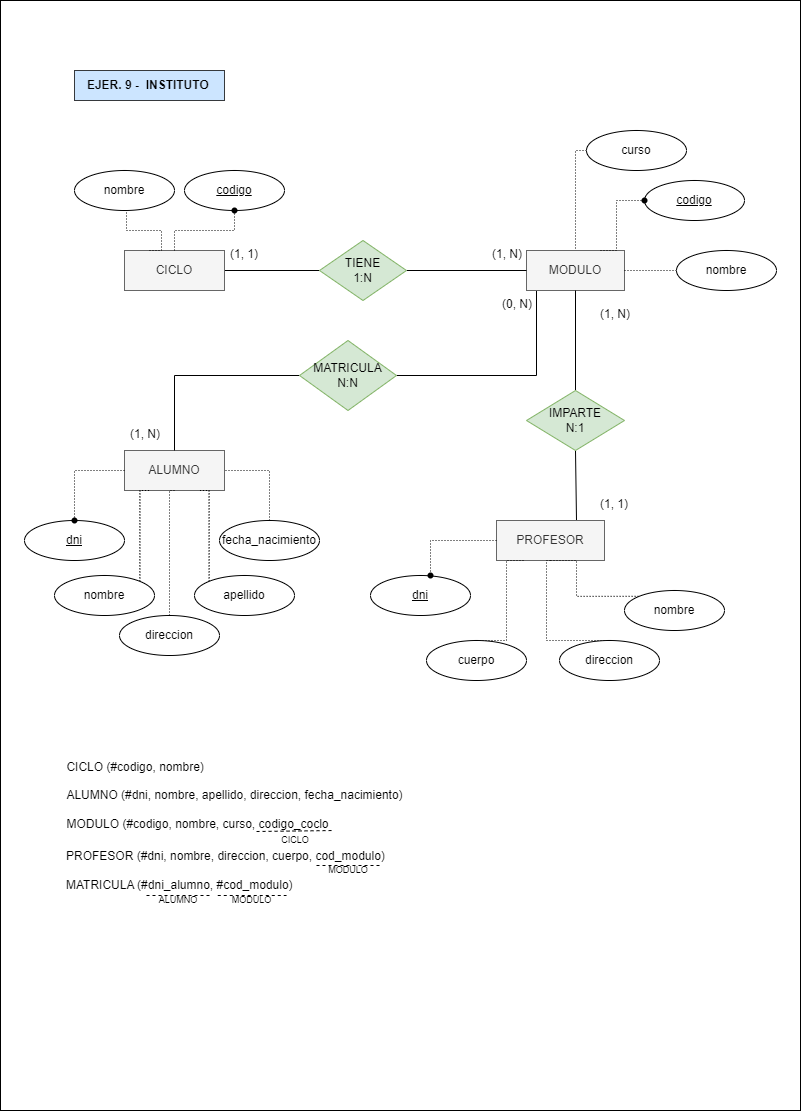
The draw.io diagram ejer9_instituto.png in mdrp93/BASE-DE-DATOS, before a commit. Source tidied: cells renumbered, new cells last; positions are measured from the earlier drawing's top-left corner, leaving out a move shared by most shapes.
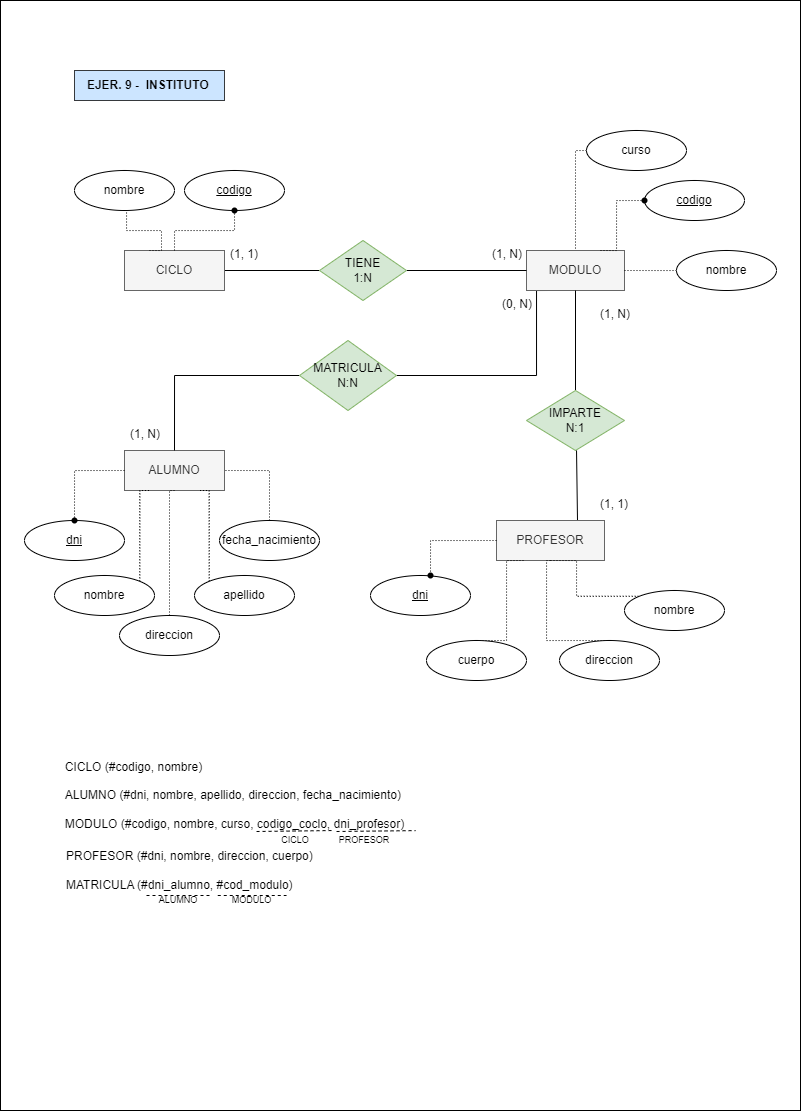
Above is the later version.

What changed in the source:
```diff
@@ -111,11 +111,11 @@
     <mxCell id="26" style="shape=waypoint;sketch=0;fillStyle=solid;size=6;fillColor=none;perimeter=centerPerimeter;" parent="1" vertex="1">
       <mxGeometry x="634" y="190" width="20" height="20" as="geometry" />
     </mxCell>
-    <mxCell id="27" value="&lt;div style=&quot;text-align: justify;&quot;&gt;&lt;span style=&quot;background-color: initial;&quot;&gt;CICLO (#codigo, nombre)&lt;/span&gt;&lt;/div&gt;&lt;font style=&quot;&quot;&gt;&lt;div style=&quot;text-align: justify;&quot;&gt;&lt;span style=&quot;background-color: initial;&quot;&gt;&lt;br&gt;&lt;/span&gt;&lt;/div&gt;&lt;div style=&quot;text-align: justify;&quot;&gt;&lt;span style=&quot;background-color: initial;&quot;&gt;ALUMNO (#dni, nombre, apellido, direccion, fecha_nacimiento)&lt;/span&gt;&lt;br&gt;&lt;/div&gt;&lt;div style=&quot;font-size: 12px; text-align: justify;&quot;&gt;&lt;br&gt;&lt;/div&gt;&lt;div style=&quot;font-size: 12px; text-align: justify;&quot;&gt;MODULO (#codigo, nombre, curso, codigo_coclo&lt;/div&gt;&lt;/font&gt;" style="text;html=1;align=center;verticalAlign=middle;points=[];strokeColor=none;fillColor=none;" parent="1" vertex="1">
+    <mxCell id="27" value="&lt;div style=&quot;text-align: justify;&quot;&gt;&lt;span style=&quot;background-color: initial;&quot;&gt;CICLO (#codigo, nombre)&lt;/span&gt;&lt;/div&gt;&lt;font style=&quot;&quot;&gt;&lt;div style=&quot;text-align: justify;&quot;&gt;&lt;span style=&quot;background-color: initial;&quot;&gt;&lt;br&gt;&lt;/span&gt;&lt;/div&gt;&lt;div style=&quot;text-align: justify;&quot;&gt;&lt;span style=&quot;background-color: initial;&quot;&gt;ALUMNO (#dni, nombre, apellido, direccion, fecha_nacimiento)&lt;/span&gt;&lt;br&gt;&lt;/div&gt;&lt;div style=&quot;font-size: 12px; text-align: justify;&quot;&gt;&lt;br&gt;&lt;/div&gt;&lt;div style=&quot;font-size: 12px; text-align: justify;&quot;&gt;MODULO (#codigo, nombre, curso, codigo_coclo, dni_profesor)&lt;/div&gt;&lt;/font&gt;" style="text;html=1;align=center;verticalAlign=middle;points=[];strokeColor=none;fillColor=none;" parent="1" vertex="1">
       <mxGeometry x="54" y="750" width="360" height="90" as="geometry" />
     </mxCell>
-    <mxCell id="28" value="&lt;div style=&quot;text-align: justify;&quot;&gt;&lt;span style=&quot;background-color: initial;&quot;&gt;PROFESOR (#dni, nombre, direccion, cuerpo, cod_modulo)&lt;/span&gt;&lt;/div&gt;&lt;font style=&quot;&quot;&gt;&lt;div style=&quot;text-align: justify;&quot;&gt;&lt;br&gt;&lt;/div&gt;&lt;div style=&quot;text-align: justify;&quot;&gt;&lt;span style=&quot;background-color: initial;&quot;&gt;MATRICULA (#dni_alumno, #cod_modulo)&lt;/span&gt;&lt;/div&gt;&lt;/font&gt;" style="text;html=1;align=left;verticalAlign=middle;strokeColor=none;fillColor=none;" parent="1" vertex="1">
-      <mxGeometry x="64" y="840" width="340" height="60" as="geometry" />
+    <mxCell id="28" value="&lt;div style=&quot;text-align: justify;&quot;&gt;&lt;span style=&quot;background-color: initial;&quot;&gt;PROFESOR (#dni, nombre, direccion, cuerpo)&lt;/span&gt;&lt;/div&gt;&lt;font style=&quot;&quot;&gt;&lt;div style=&quot;text-align: justify;&quot;&gt;&lt;br&gt;&lt;/div&gt;&lt;div style=&quot;text-align: justify;&quot;&gt;&lt;span style=&quot;background-color: initial;&quot;&gt;MATRICULA (#dni_alumno, #cod_modulo)&lt;/span&gt;&lt;/div&gt;&lt;/font&gt;" style="text;html=1;align=left;verticalAlign=middle;strokeColor=none;fillColor=none;" parent="1" vertex="1">
+      <mxGeometry x="64" y="840" width="270" height="60" as="geometry" />
     </mxCell>
     <mxCell id="29" value="nombre" style="ellipse;whiteSpace=wrap;html=1;align=center;" parent="1" vertex="1">
       <mxGeometry x="74" y="170" width="100" height="40" as="geometry" />
@@ -264,12 +264,6 @@
         <mxPoint x="80" as="targetPoint" />
       </mxGeometry>
     </mxCell>
-    <mxCell id="67" value="MODULO" style="text;html=1;strokeColor=none;fillColor=none;align=center;verticalAlign=middle;whiteSpace=wrap;rounded=0;fontSize=9;" parent="1" vertex="1">
-      <mxGeometry x="316" y="865" width="63.5" height="10" as="geometry" />
-    </mxCell>
-    <mxCell id="68" style="endArrow=none;dashed=1;html=1;rounded=0;entryX=1;entryY=0;entryDx=0;entryDy=0;exitX=0;exitY=0;exitDx=0;exitDy=0;" parent="1" edge="1" source="67" target="67">
-      <mxGeometry relative="1" as="geometry" />
-    </mxCell>
     <mxCell id="69" value="MODULO" style="text;html=1;strokeColor=none;fillColor=none;align=center;verticalAlign=middle;whiteSpace=wrap;rounded=0;fontSize=9;" parent="1" vertex="1">
       <mxGeometry x="217.2" y="895" width="68.8" height="10" as="geometry" />
     </mxCell>
@@ -282,5 +276,16 @@
     <mxCell id="72" style="endArrow=none;dashed=1;html=1;rounded=0;entryX=1;entryY=0;entryDx=0;entryDy=0;exitX=0;exitY=0;exitDx=0;exitDy=0;" parent="1" edge="1" source="71" target="71">
       <mxGeometry relative="1" as="geometry" />
     </mxCell>
+    <mxCell id="73" style="group;" parent="1" vertex="1">
+      <mxGeometry x="334" y="830" width="82" height="20" as="geometry" />
+    </mxCell>
+    <mxCell id="74" value="&lt;span style=&quot;white-space: pre;&quot;&gt;&#9;&lt;/span&gt;&lt;span style=&quot;white-space: pre;&quot;&gt;&#9;&lt;/span&gt;PROFESOR" style="text;html=1;strokeColor=none;fillColor=none;align=center;verticalAlign=middle;whiteSpace=wrap;rounded=0;fontSize=9;" parent="73" vertex="1">
+      <mxGeometry x="-20" width="60" height="20" as="geometry" />
+    </mxCell>
+    <mxCell id="75" style="endArrow=none;dashed=1;html=1;rounded=0;exitX=0.056;exitY=0.071;exitDx=0;exitDy=0;exitPerimeter=0;entryX=1.003;entryY=0.89;entryDx=0;entryDy=0;entryPerimeter=0;" parent="73" edge="1" target="27">
+      <mxGeometry relative="1" as="geometry">
+        <mxPoint x="2.1" y="1" as="sourcePoint" />
+      </mxGeometry>
+    </mxCell>
   </root>
 </mxGraphModel>
```
